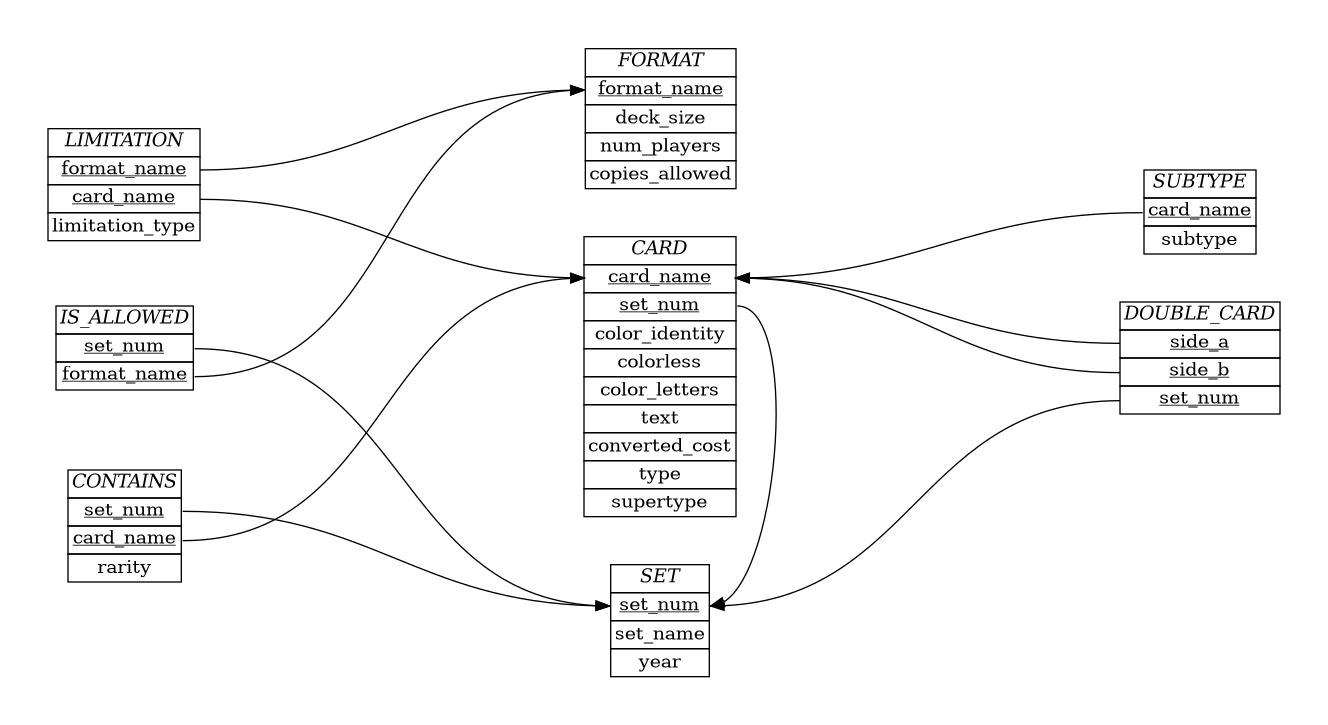
This is schema/ER_diagram.png from akilmarshall/trumark, a Graphviz export, as it was before one commit. Its source is kept beside it as schema/ER_diagram.dot.
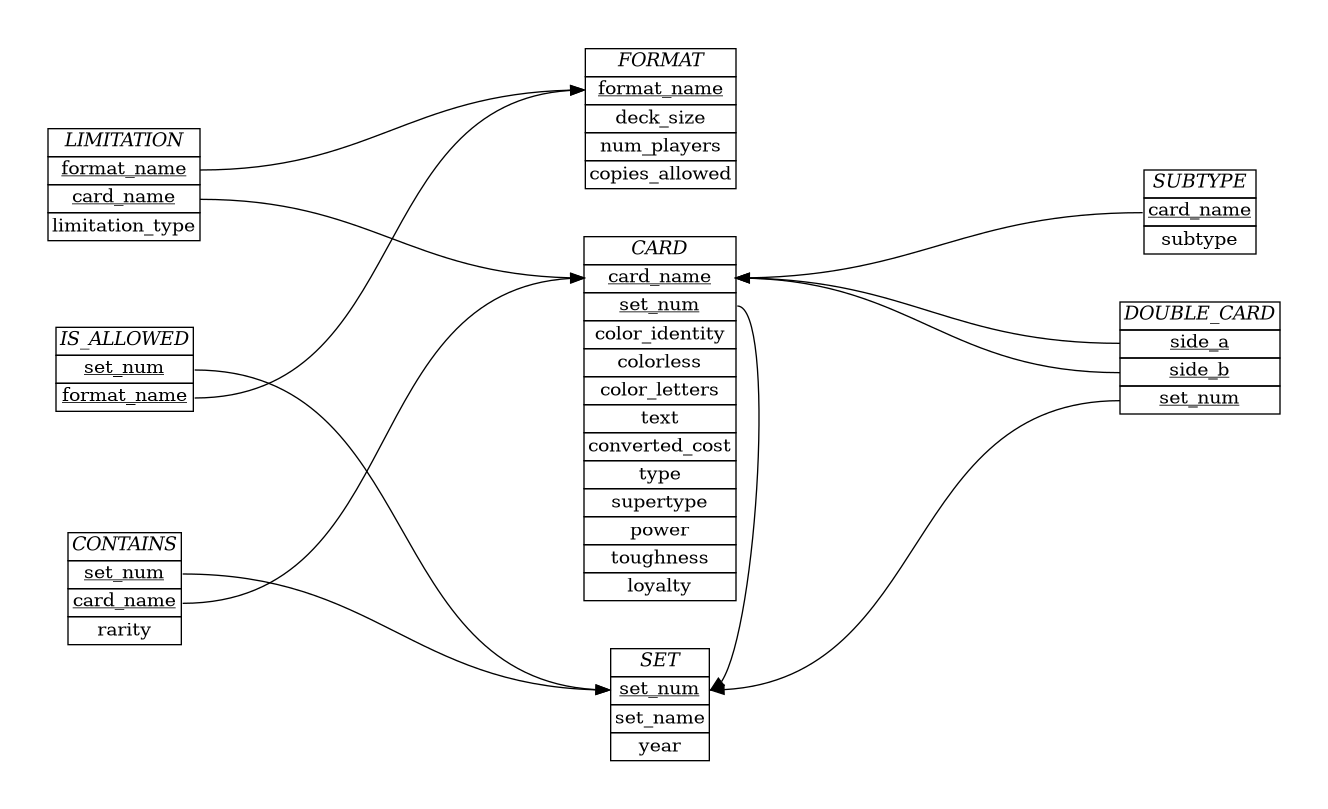
Later version of the same file.

Change to the diagram source:
```diff
@@ -43,6 +43,9 @@
         <tr><td port="7">converted_cost</td></tr>
         <tr><td port="8">type</td></tr>
         <tr><td port="9">supertype</td></tr>
+        <tr><td port="10">power</td></tr>
+        <tr><td port="11">toughness</td></tr>
+        <tr><td port="12">loyalty</td></tr>
         </table>>];
 
     Contains [label=<
```
